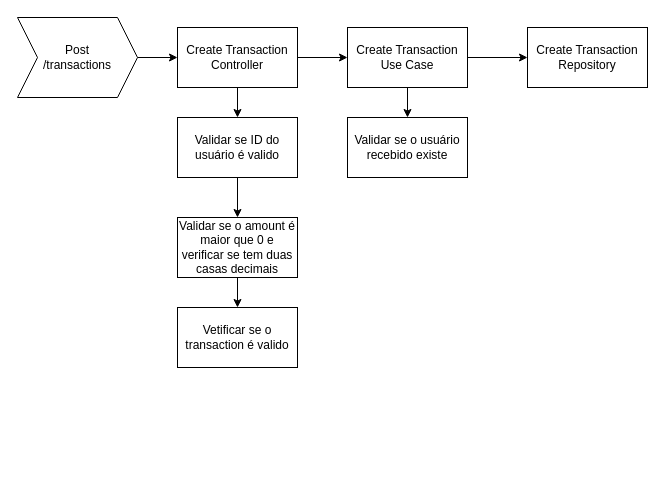
Above: finance-pro.drawio in edumatheus65/finance-manager-pro (draw.io), before the change. Source tidied: cells renumbered, new cells numbered last; positions are measured from the earlier drawing's top-left corner, leaving out a move shared by most shapes. Both pictures are drawn from the tidied source at 100%, with x=0, y=0 at pixel (17, 17).
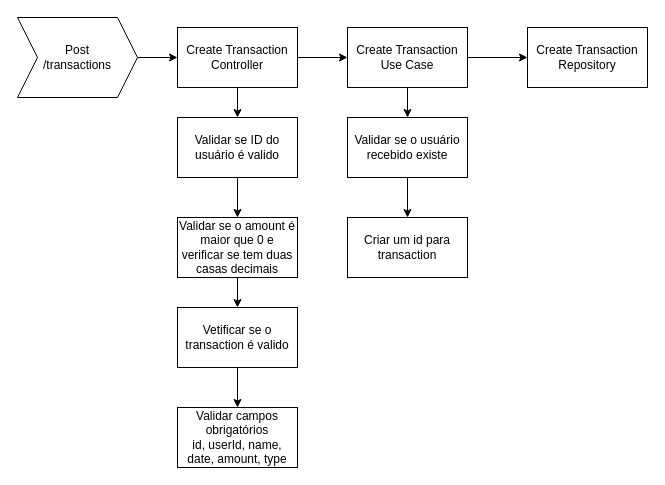
The same page after the edit.

The change refers to these unchanged cells:
```xml
<mxCell id="15" value="Vetificar se o transaction é valido" style="rounded=0;whiteSpace=wrap;html=1;" parent="1" vertex="1">
  <mxGeometry x="160" y="290" width="120" height="60" as="geometry" />
</mxCell>
<mxCell id="16" value="Validar se o usuário recebido existe" style="rounded=0;whiteSpace=wrap;html=1;" parent="1" vertex="1">
  <mxGeometry x="330" y="100" width="120" height="60" as="geometry" />
</mxCell>
```

What changed in the source:
```diff
@@
+    <mxCell id="17" style="edgeStyle=orthogonalEdgeStyle;rounded=0;jettySize=auto;html=1;entryX=0.5;entryY=0;entryDx=0;entryDy=0;" parent="1" edge="1" source="15" target="20">
+      <mxGeometry relative="1" as="geometry" />
+    </mxCell>
@@
+    <mxCell id="18" style="edgeStyle=orthogonalEdgeStyle;rounded=0;jettySize=auto;html=1;" parent="1" edge="1" source="16" target="19">
+      <mxGeometry relative="1" as="geometry" />
+    </mxCell>
@@
+    <mxCell id="19" value="Criar um id para transaction" style="rounded=0;whiteSpace=wrap;html=1;" parent="1" vertex="1">
+      <mxGeometry x="330" y="200" width="120" height="60" as="geometry" />
+    </mxCell>
+    <mxCell id="20" value="Validar campos obrigatórios&lt;div&gt;id,&amp;nbsp;&lt;span style=&quot;background-color: initial;&quot;&gt;userId,&amp;nbsp;&lt;/span&gt;&lt;span style=&quot;background-color: initial;&quot;&gt;name, date, amount, type&lt;/span&gt;&lt;/div&gt;" style="rounded=0;whiteSpace=wrap;html=1;" parent="1" vertex="1">
+      <mxGeometry x="160" y="390" width="120" height="60" as="geometry" />
+    </mxCell>
```
